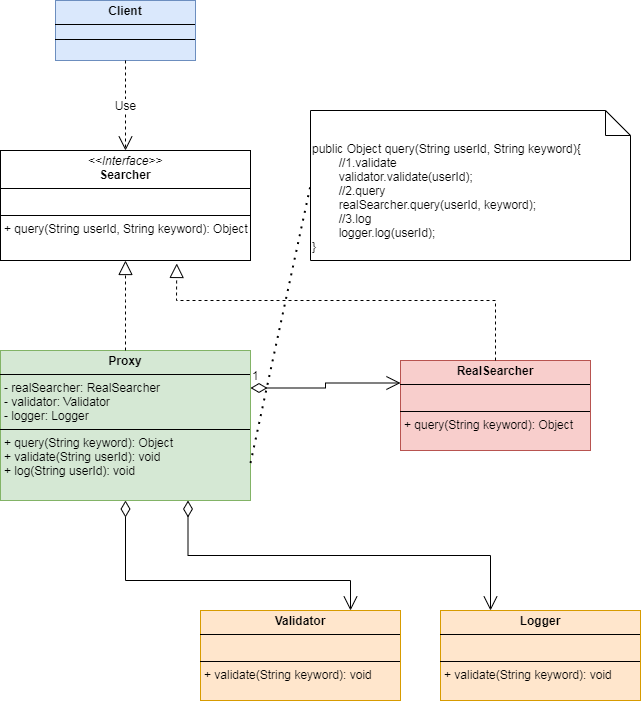
The draw.io diagram assets/pictures/design-patterns/Pattern-Proxy.drawio.png in sustamp/sustamp.github.io, before a commit. Source tidied: cells renumbered, new cells last; positions are measured from the earlier drawing's top-left corner, leaving out a move shared by most shapes.
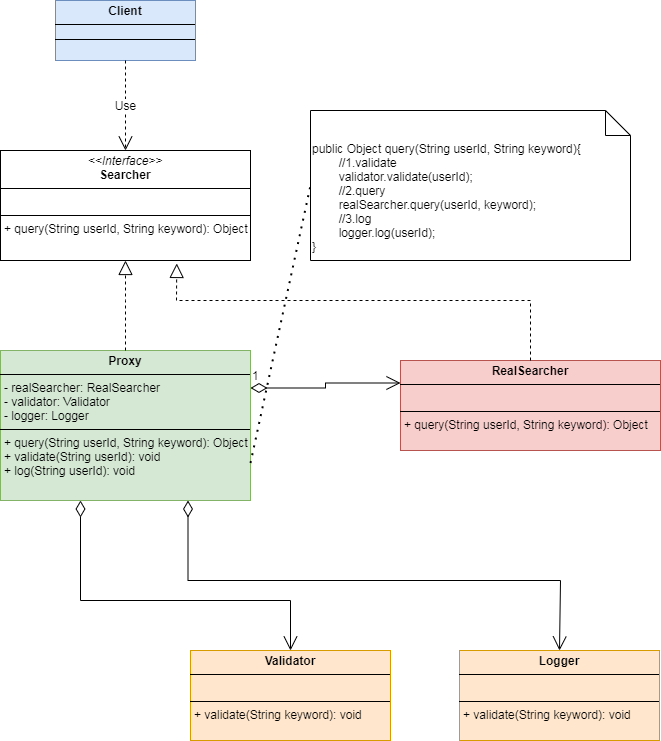
After the change.

Commit message:
设计模式-代理模式

Change to the diagram source:
```diff
@@ -11,11 +11,11 @@
     <mxCell id="4" value="Use" style="endArrow=open;endSize=12;dashed=1;html=1;rounded=0;exitX=0.5;exitY=1;exitDx=0;exitDy=0;entryX=0.5;entryY=0;entryDx=0;entryDy=0;" parent="1" edge="1" source="3" target="2">
       <mxGeometry relative="1" as="geometry" />
     </mxCell>
-    <mxCell id="5" value="&lt;p style=&quot;margin:0px;margin-top:4px;text-align:center;&quot;&gt;&lt;b&gt;Proxy&lt;/b&gt;&lt;/p&gt;&lt;hr size=&quot;1&quot; style=&quot;border-style:solid;&quot;&gt;&lt;p style=&quot;margin:0px;margin-left:4px;&quot;&gt;- realSearcher: RealSearcher&lt;/p&gt;&lt;p style=&quot;margin:0px;margin-left:4px;&quot;&gt;- validator: Validator&lt;/p&gt;&lt;p style=&quot;margin:0px;margin-left:4px;&quot;&gt;- logger: Logger&lt;/p&gt;&lt;hr size=&quot;1&quot; style=&quot;border-style:solid;&quot;&gt;&lt;p style=&quot;margin:0px;margin-left:4px;&quot;&gt;+ query(String keyword): Object&lt;/p&gt;&lt;p style=&quot;margin:0px;margin-left:4px;&quot;&gt;+ validate(String userId): void&lt;/p&gt;&lt;p style=&quot;margin:0px;margin-left:4px;&quot;&gt;+ log(String userId): void&lt;br&gt;&lt;br&gt;&lt;/p&gt;" style="verticalAlign=top;align=left;overflow=fill;html=1;whiteSpace=wrap;fillColor=#d5e8d4;strokeColor=#82b366;" parent="1" vertex="1">
+    <mxCell id="5" value="&lt;p style=&quot;margin:0px;margin-top:4px;text-align:center;&quot;&gt;&lt;b&gt;Proxy&lt;/b&gt;&lt;/p&gt;&lt;hr size=&quot;1&quot; style=&quot;border-style:solid;&quot;&gt;&lt;p style=&quot;margin:0px;margin-left:4px;&quot;&gt;- realSearcher: RealSearcher&lt;/p&gt;&lt;p style=&quot;margin:0px;margin-left:4px;&quot;&gt;- validator: Validator&lt;/p&gt;&lt;p style=&quot;margin:0px;margin-left:4px;&quot;&gt;- logger: Logger&lt;/p&gt;&lt;hr size=&quot;1&quot; style=&quot;border-style:solid;&quot;&gt;&lt;p style=&quot;margin:0px;margin-left:4px;&quot;&gt;+ query(String userId, String keyword): Object&lt;br&gt;&lt;/p&gt;&lt;p style=&quot;margin:0px;margin-left:4px;&quot;&gt;+ validate(String userId): void&lt;/p&gt;&lt;p style=&quot;margin:0px;margin-left:4px;&quot;&gt;+ log(String userId): void&lt;br&gt;&lt;br&gt;&lt;/p&gt;" style="verticalAlign=top;align=left;overflow=fill;html=1;whiteSpace=wrap;fillColor=#d5e8d4;strokeColor=#82b366;" parent="1" vertex="1">
       <mxGeometry y="350" width="250" height="150" as="geometry" />
     </mxCell>
-    <mxCell id="6" value="&lt;p style=&quot;margin:0px;margin-top:4px;text-align:center;&quot;&gt;&lt;b&gt;RealSearcher&lt;/b&gt;&lt;/p&gt;&lt;hr size=&quot;1&quot; style=&quot;border-style:solid;&quot;&gt;&lt;p style=&quot;margin:0px;margin-left:4px;&quot;&gt;&lt;br&gt;&lt;/p&gt;&lt;hr size=&quot;1&quot; style=&quot;border-style:solid;&quot;&gt;&lt;p style=&quot;margin:0px;margin-left:4px;&quot;&gt;+ query(String keyword): Object&lt;/p&gt;&lt;p style=&quot;margin:0px;margin-left:4px;&quot;&gt;&lt;br&gt;&lt;/p&gt;&lt;p style=&quot;margin:0px;margin-left:4px;&quot;&gt;&lt;br&gt;&lt;/p&gt;" style="verticalAlign=top;align=left;overflow=fill;html=1;whiteSpace=wrap;fillColor=#f8cecc;strokeColor=#b85450;" parent="1" vertex="1">
-      <mxGeometry x="400" y="360" width="190" height="90" as="geometry" />
+    <mxCell id="6" value="&lt;p style=&quot;margin:0px;margin-top:4px;text-align:center;&quot;&gt;&lt;b&gt;RealSearcher&lt;/b&gt;&lt;/p&gt;&lt;hr size=&quot;1&quot; style=&quot;border-style:solid;&quot;&gt;&lt;p style=&quot;margin:0px;margin-left:4px;&quot;&gt;&lt;br&gt;&lt;/p&gt;&lt;hr size=&quot;1&quot; style=&quot;border-style:solid;&quot;&gt;&lt;p style=&quot;margin:0px;margin-left:4px;&quot;&gt;+ query(String userId, String keyword): Object&lt;br&gt;&lt;/p&gt;&lt;p style=&quot;margin:0px;margin-left:4px;&quot;&gt;&lt;br&gt;&lt;/p&gt;&lt;p style=&quot;margin:0px;margin-left:4px;&quot;&gt;&lt;br&gt;&lt;/p&gt;" style="verticalAlign=top;align=left;overflow=fill;html=1;whiteSpace=wrap;fillColor=#f8cecc;strokeColor=#b85450;" parent="1" vertex="1">
+      <mxGeometry x="400" y="360" width="260" height="90" as="geometry" />
     </mxCell>
     <mxCell id="7" style="endArrow=block;dashed=1;endFill=0;endSize=12;html=1;rounded=0;entryX=0.5;entryY=1;entryDx=0;entryDy=0;exitX=0.5;exitY=0;exitDx=0;exitDy=0;" parent="1" edge="1" source="5" target="2">
       <mxGeometry relative="1" as="geometry">
@@ -27,7 +27,7 @@
     <mxCell id="8" style="endArrow=block;dashed=1;endFill=0;endSize=12;html=1;rounded=0;entryX=0.705;entryY=1.027;entryDx=0;entryDy=0;exitX=0.5;exitY=0;exitDx=0;exitDy=0;entryPerimeter=0;" parent="1" edge="1" source="6" target="2">
       <mxGeometry relative="1" as="geometry">
         <Array as="points">
-          <mxPoint x="495" y="300" />
+          <mxPoint x="530" y="300" />
           <mxPoint x="176" y="300" />
         </Array>
       </mxGeometry>
@@ -36,21 +36,27 @@
       <mxGeometry x="-1" y="3" relative="1" as="geometry" />
     </mxCell>
     <mxCell id="10" value="&lt;p style=&quot;margin:0px;margin-top:4px;text-align:center;&quot;&gt;&lt;b&gt;Validator&lt;/b&gt;&lt;/p&gt;&lt;hr size=&quot;1&quot; style=&quot;border-style:solid;&quot;&gt;&lt;p style=&quot;margin:0px;margin-left:4px;&quot;&gt;&lt;br&gt;&lt;/p&gt;&lt;hr size=&quot;1&quot; style=&quot;border-style:solid;&quot;&gt;&lt;p style=&quot;margin:0px;margin-left:4px;&quot;&gt;+ validate(String keyword): void&lt;/p&gt;&lt;p style=&quot;margin:0px;margin-left:4px;&quot;&gt;&lt;br&gt;&lt;/p&gt;&lt;p style=&quot;margin:0px;margin-left:4px;&quot;&gt;&lt;br&gt;&lt;/p&gt;" style="verticalAlign=top;align=left;overflow=fill;html=1;whiteSpace=wrap;fillColor=#ffe6cc;strokeColor=#d79b00;" parent="1" vertex="1">
-      <mxGeometry x="200" y="610" width="200" height="90" as="geometry" />
+      <mxGeometry x="190" y="650" width="200" height="90" as="geometry" />
     </mxCell>
     <mxCell id="11" value="&lt;p style=&quot;margin:0px;margin-top:4px;text-align:center;&quot;&gt;&lt;b&gt;Logger&lt;/b&gt;&lt;/p&gt;&lt;hr size=&quot;1&quot; style=&quot;border-style:solid;&quot;&gt;&lt;p style=&quot;margin:0px;margin-left:4px;&quot;&gt;&lt;br&gt;&lt;/p&gt;&lt;hr size=&quot;1&quot; style=&quot;border-style:solid;&quot;&gt;&lt;p style=&quot;margin:0px;margin-left:4px;&quot;&gt;+ validate(String keyword): void&lt;/p&gt;&lt;p style=&quot;margin:0px;margin-left:4px;&quot;&gt;&lt;br&gt;&lt;/p&gt;&lt;p style=&quot;margin:0px;margin-left:4px;&quot;&gt;&lt;br&gt;&lt;/p&gt;" style="verticalAlign=top;align=left;overflow=fill;html=1;whiteSpace=wrap;fillColor=#ffe6cc;strokeColor=#d79b00;" parent="1" vertex="1">
-      <mxGeometry x="440" y="610" width="200" height="90" as="geometry" />
+      <mxGeometry x="459" y="650" width="200" height="90" as="geometry" />
     </mxCell>
-    <mxCell id="12" style="endArrow=open;html=1;endSize=12;startArrow=diamondThin;startSize=14;startFill=0;edgeStyle=orthogonalEdgeStyle;align=left;verticalAlign=bottom;rounded=0;exitX=0.5;exitY=1;exitDx=0;exitDy=0;entryX=0.75;entryY=0;entryDx=0;entryDy=0;" parent="1" edge="1" source="5" target="10">
+    <mxCell id="12" style="endArrow=open;html=1;endSize=12;startArrow=diamondThin;startSize=14;startFill=0;edgeStyle=orthogonalEdgeStyle;align=left;verticalAlign=bottom;rounded=0;exitX=0.25;exitY=1;exitDx=0;exitDy=0;entryX=0.5;entryY=0;entryDx=0;entryDy=0;" parent="1" edge="1" target="10">
       <mxGeometry x="-1" y="3" relative="1" as="geometry">
+        <mxPoint x="80" y="500" as="sourcePoint" />
         <Array as="points">
-          <mxPoint x="125" y="580" />
-          <mxPoint x="350" y="580" />
+          <mxPoint x="80" y="600" />
+          <mxPoint x="290" y="600" />
         </Array>
       </mxGeometry>
     </mxCell>
-    <mxCell id="13" style="endArrow=open;html=1;endSize=12;startArrow=diamondThin;startSize=14;startFill=0;edgeStyle=orthogonalEdgeStyle;align=left;verticalAlign=bottom;rounded=0;exitX=0.75;exitY=1;exitDx=0;exitDy=0;entryX=0.25;entryY=0;entryDx=0;entryDy=0;" parent="1" edge="1" source="5" target="11">
-      <mxGeometry x="-1" y="3" relative="1" as="geometry" />
+    <mxCell id="13" style="endArrow=open;html=1;endSize=12;startArrow=diamondThin;startSize=14;startFill=0;edgeStyle=orthogonalEdgeStyle;align=left;verticalAlign=bottom;rounded=0;exitX=0.75;exitY=1;exitDx=0;exitDy=0;entryX=0.5;entryY=0;entryDx=0;entryDy=0;" parent="1" edge="1" source="5" target="11">
+      <mxGeometry x="-1" y="3" relative="1" as="geometry">
+        <Array as="points">
+          <mxPoint x="188" y="580" />
+          <mxPoint x="560" y="580" />
+        </Array>
+      </mxGeometry>
     </mxCell>
     <mxCell id="14" value="public Object query(String userId, String keyword){&lt;div&gt;&lt;span style=&quot;white-space: pre;&quot;&gt;&#9;&lt;/span&gt;//1.validate&lt;br&gt;&lt;/div&gt;&lt;div&gt;&lt;span style=&quot;white-space: pre;&quot;&gt;&#9;&lt;/span&gt;validator.validate(userId);&lt;br&gt;&lt;/div&gt;&lt;div&gt;&lt;span style=&quot;white-space: pre;&quot;&gt;&#9;&lt;/span&gt;//2.query&lt;br&gt;&lt;/div&gt;&lt;div&gt;&lt;span style=&quot;white-space: pre;&quot;&gt;&#9;&lt;/span&gt;realSearcher.query(userId, keyword);&lt;br&gt;&lt;/div&gt;&lt;div&gt;&lt;span style=&quot;white-space: pre;&quot;&gt;&#9;&lt;/span&gt;//3.log&lt;br&gt;&lt;/div&gt;&lt;div&gt;&lt;span style=&quot;white-space: pre;&quot;&gt;&#9;&lt;/span&gt;logger.log(userId);&lt;br&gt;&lt;/div&gt;&lt;div&gt;}&lt;/div&gt;" style="shape=note2;boundedLbl=1;whiteSpace=wrap;html=1;size=25;verticalAlign=top;align=left;" parent="1" vertex="1">
       <mxGeometry x="310" y="110" width="320" height="150" as="geometry" />
```
